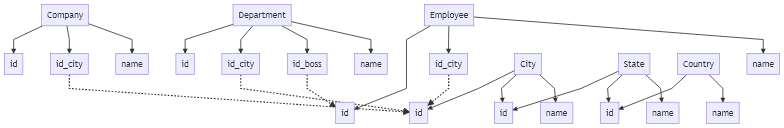
Above: docs/examples/all.png in allnulled/skemator (Mermaid), before the change. Its source is kept beside it as docs/examples/all.mmd.
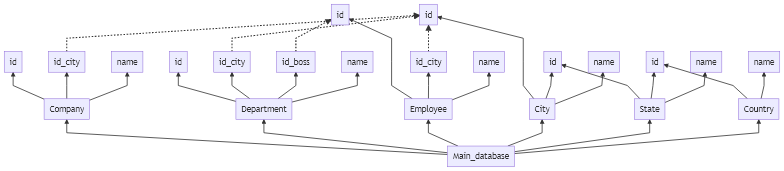
Above is the later version.

What changed in the source:
```diff
@@ -1,47 +1,54 @@
-graph TD;
+graph BT;
 
+Main_database["Main_database"];
 Company["Company"];
+Main_database --> Company;
 Company_id["id"];
 Company --> Company_id;
 Company_id_city["id_city"];
 Company --> Company_id_city;
-_wa1k45373["name"];
-Company --> _wa1k45373;
+_tjguxthow["name"];
+Company --> _tjguxthow;
 Department["Department"];
+Main_database --> Department;
 Department_id["id"];
 Department --> Department_id;
 Department_id_city["id_city"];
 Department --> Department_id_city;
 Department_id_boss["id_boss"];
 Department --> Department_id_boss;
-_n0xfmkrwb["name"];
-Department --> _n0xfmkrwb;
+_nhovwkzi3["name"];
+Department --> _nhovwkzi3;
 Employee["Employee"];
+Main_database --> Employee;
 Employee_id["id"];
 Employee --> Employee_id;
 Employee_id_city["id_city"];
 Employee --> Employee_id_city;
-_62u8sr7ae["name"];
-Employee --> _62u8sr7ae;
+_t7ivu2lv6["name"];
+Employee --> _t7ivu2lv6;
 City["City"];
+Main_database --> City;
 City_id["id"];
 City --> City_id;
 State_id["id_state"];
 City --> State_id;
-_v8oe8bx2b["name"];
-City --> _v8oe8bx2b;
+_aswxglv3w["name"];
+City --> _aswxglv3w;
 State["State"];
+Main_database --> State;
 State_id["id"];
 State --> State_id;
 Country_id["id_country"];
 State --> Country_id;
-_pdkhzfgsh["name"];
-State --> _pdkhzfgsh;
+_q2y44w7pv["name"];
+State --> _q2y44w7pv;
 Country["Country"];
+Main_database --> Country;
 Country_id["id"];
 Country --> Country_id;
-_3ls227l2p["name"];
-Country --> _3ls227l2p;
+_9t0xsqy0y["name"];
+Country --> _9t0xsqy0y;
 Department_id_boss .->Employee_id;
 Company_id_city .->City_id;
 Department_id_city .->City_id;
```
